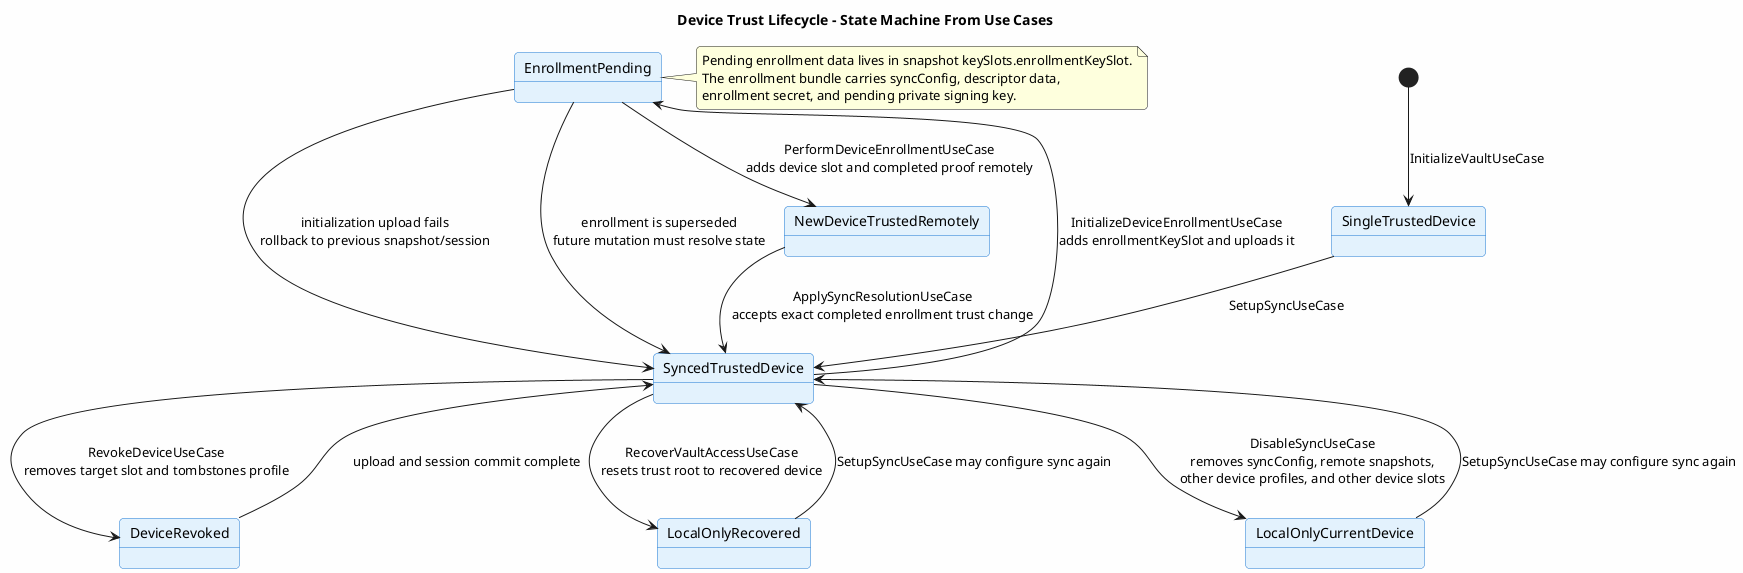
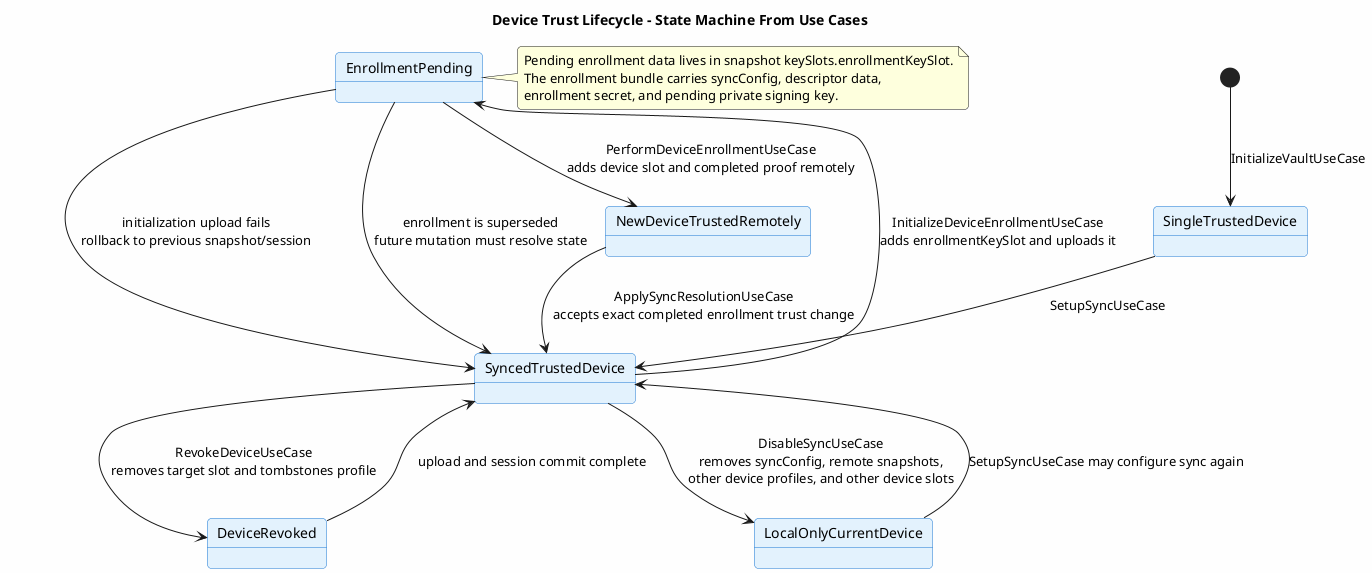
@startuml device-lifecycle-state-machine
title Device Trust Lifecycle - State Machine From Use Cases

skinparam backgroundColor #FEFEFE
skinparam roundcorner 8
skinparam shadowing false
skinparam state {
  BackgroundColor #E3F2FD
  BorderColor #1976D2
}

[*] --> SingleTrustedDevice : InitializeVaultUseCase

SingleTrustedDevice --> SyncedTrustedDevice : SetupSyncUseCase
SyncedTrustedDevice --> EnrollmentPending : InitializeDeviceEnrollmentUseCase\nadds enrollmentKeySlot and uploads it
EnrollmentPending --> NewDeviceTrustedRemotely : PerformDeviceEnrollmentUseCase\nadds device slot and completed proof remotely
NewDeviceTrustedRemotely --> SyncedTrustedDevice : ApplySyncResolutionUseCase\naccepts exact completed enrollment trust change

SyncedTrustedDevice --> DeviceRevoked : RevokeDeviceUseCase\nremoves target slot and tombstones profile
DeviceRevoked --> SyncedTrustedDevice : upload and session commit complete

- SyncedTrustedDevice --> LocalOnlyRecovered : RecoverVaultAccessUseCase\nresets trust root to recovered device
- LocalOnlyRecovered --> SyncedTrustedDevice : SetupSyncUseCase may configure sync again
- 
SyncedTrustedDevice --> LocalOnlyCurrentDevice : DisableSyncUseCase\nremoves syncConfig, remote snapshots,\nother device profiles, and other device slots
LocalOnlyCurrentDevice --> SyncedTrustedDevice : SetupSyncUseCase may configure sync again

EnrollmentPending --> SyncedTrustedDevice : initialization upload fails\nrollback to previous snapshot/session
EnrollmentPending --> SyncedTrustedDevice : enrollment is superseded\nfuture mutation must resolve state

note right of EnrollmentPending
Pending enrollment data lives in snapshot keySlots.enrollmentKeySlot.
The enrollment bundle carries syncConfig, descriptor data,
enrollment secret, and pending private signing key.
end note

@enduml
